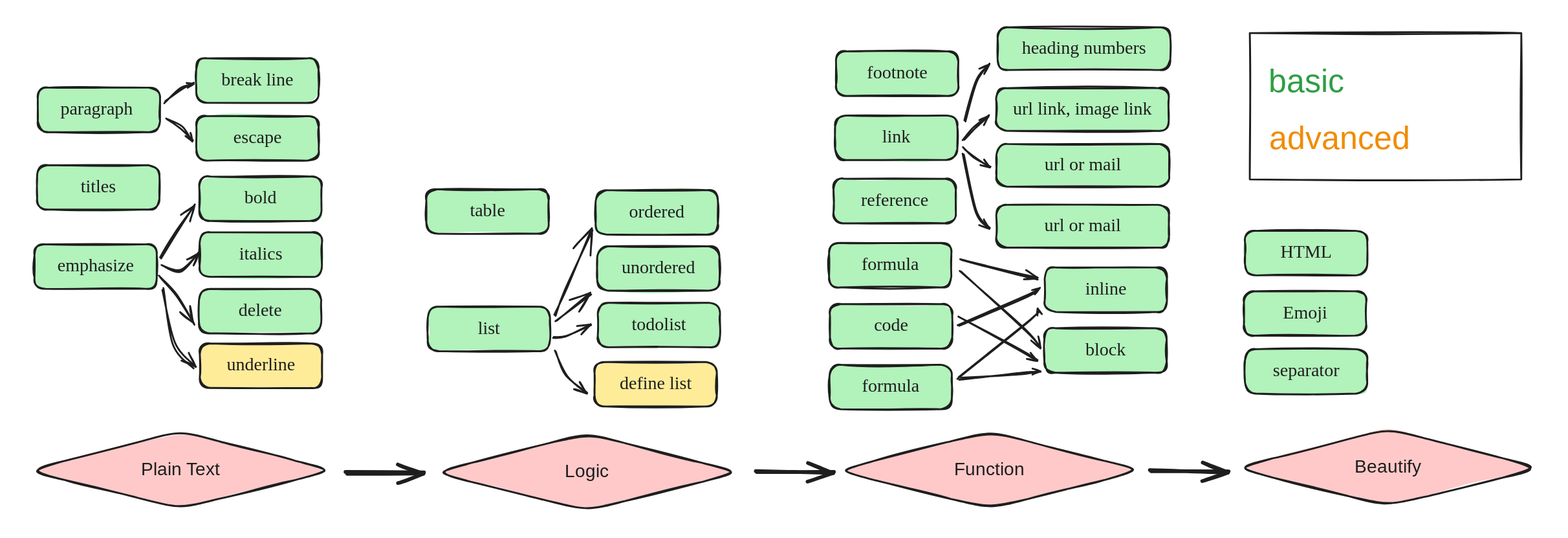
Earlier version of the Excalidraw export .gitbook/assets/md-syntex.excalidraw.svg (CharlesShan-hub/PKM-BOOK). Source tidied: one line per element, renumbered; positions are measured from the earlier drawing's top-left corner, leaving out a move shared by most shapes.
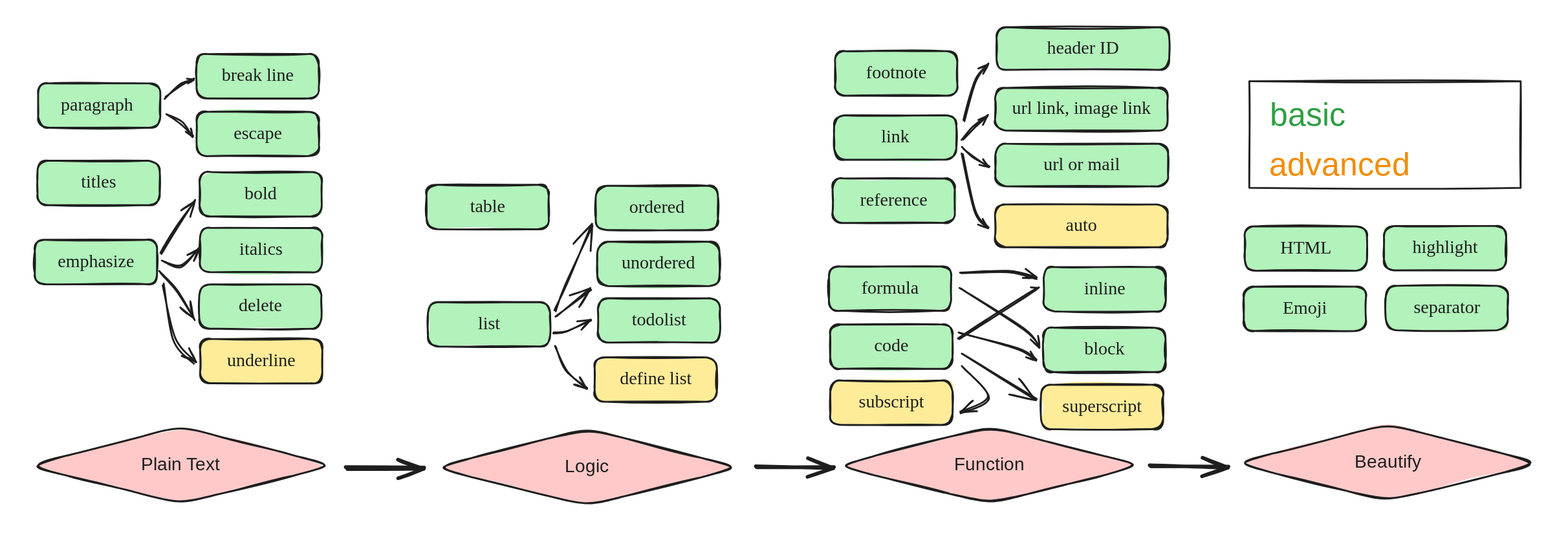
The same file after the commit.

The edit, as a diff of the source:
```diff
@@ -23,31 +23,27 @@
 {"id": 22, "type": "arrow", "strokeColor": "#1e1e1e", "strokeWidth": 2, "roughness": 1, "endArrowhead": "arrow", "round": true, "from": 12, "to": 20, "x": 581, "y": 342, "width": 41, "height": 14, "points": [[0, 0], [14, -1], [41, -14]]}
-{"id": 23, "type": "rectangle", "strokeColor": "#1e1e1e", "backgroundColor": "#b2f2bb", "fillStyle": "solid", "strokeWidth": 2, "roughness": 1, "round": true, "x": 890, "y": 167, "width": 135, "height": 49}
+{"id": 23, "type": "rectangle", "strokeColor": "#1e1e1e", "backgroundColor": "#b2f2bb", "fillStyle": "solid", "strokeWidth": 2, "roughness": 1, "round": true, "x": 889, "y": 172, "width": 135, "height": 49}
-{"id": 24, "type": "text", "text": "reference", "strokeColor": "#1e1e1e", "strokeWidth": 2, "roughness": 1, "fontSize": 20, "fontFamily": 5, "textAlign": "center", "verticalAlign": "middle", "inside": 23, "x": 913, "y": 179, "width": 89, "height": 25}
+{"id": 24, "type": "text", "text": "reference", "strokeColor": "#1e1e1e", "strokeWidth": 2, "roughness": 1, "fontSize": 20, "fontFamily": 5, "textAlign": "center", "verticalAlign": "middle", "inside": 23, "x": 912, "y": 184, "width": 89, "height": 25}
-{"id": 25, "type": "rectangle", "strokeColor": "#1e1e1e", "backgroundColor": "#b2f2bb", "fillStyle": "solid", "strokeWidth": 2, "roughness": 1, "round": true, "x": 886, "y": 305, "width": 135, "height": 49}
+{"id": 25, "type": "rectangle", "strokeColor": "#1e1e1e", "backgroundColor": "#b2f2bb", "fillStyle": "solid", "strokeWidth": 2, "roughness": 1, "round": true, "x": 887, "y": 333, "width": 135, "height": 49}
-{"id": 26, "type": "text", "text": "code", "strokeColor": "#1e1e1e", "strokeWidth": 2, "roughness": 1, "fontSize": 20, "fontFamily": 5, "textAlign": "center", "verticalAlign": "middle", "inside": 25, "x": 931, "y": 317, "width": 45, "height": 25}
+{"id": 26, "type": "text", "text": "code", "strokeColor": "#1e1e1e", "strokeWidth": 2, "roughness": 1, "fontSize": 20, "fontFamily": 5, "textAlign": "center", "verticalAlign": "middle", "inside": 25, "x": 931, "y": 345, "width": 45, "height": 25}
-{"id": 27, "type": "rectangle", "strokeColor": "#1e1e1e", "backgroundColor": "#b2f2bb", "fillStyle": "solid", "strokeWidth": 2, "roughness": 1, "round": true, "x": 892, "y": 97, "width": 135, "height": 49}
+{"id": 27, "type": "rectangle", "strokeColor": "#1e1e1e", "backgroundColor": "#b2f2bb", "fillStyle": "solid", "strokeWidth": 2, "roughness": 1, "round": true, "x": 891, "y": 102, "width": 135, "height": 49}
-{"id": 28, "type": "text", "text": "link", "strokeColor": "#1e1e1e", "strokeWidth": 2, "roughness": 1, "fontSize": 20, "fontFamily": 5, "textAlign": "center", "verticalAlign": "middle", "inside": 27, "x": 944, "y": 109, "width": 32, "height": 25}
+{"id": 28, "type": "text", "text": "link", "strokeColor": "#1e1e1e", "strokeWidth": 2, "roughness": 1, "fontSize": 20, "fontFamily": 5, "textAlign": "center", "verticalAlign": "middle", "inside": 27, "x": 943, "y": 114, "width": 32, "height": 25}
-{"id": 29, "type": "rectangle", "strokeColor": "#1e1e1e", "backgroundColor": "#b2f2bb", "fillStyle": "solid", "strokeWidth": 2, "roughness": 1, "round": true, "x": 1344, "y": 355, "width": 135, "height": 49}
+{"id": 29, "type": "rectangle", "strokeColor": "#1e1e1e", "backgroundColor": "#b2f2bb", "fillStyle": "solid", "strokeWidth": 2, "roughness": 1, "round": true, "x": 1500, "y": 290, "width": 135, "height": 49}
-{"id": 30, "type": "text", "text": "separator", "strokeColor": "#1e1e1e", "strokeWidth": 2, "roughness": 1, "fontSize": 20, "fontFamily": 5, "textAlign": "center", "verticalAlign": "middle", "inside": 29, "x": 1368, "y": 367, "width": 89, "height": 25}
+{"id": 30, "type": "text", "text": "separator", "strokeColor": "#1e1e1e", "strokeWidth": 2, "roughness": 1, "fontSize": 20, "fontFamily": 5, "textAlign": "center", "verticalAlign": "middle", "inside": 29, "x": 1523, "y": 302, "width": 89, "height": 25}
-{"id": 31, "type": "rectangle", "strokeColor": "#1e1e1e", "backgroundColor": "#b2f2bb", "fillStyle": "solid", "strokeWidth": 2, "roughness": 1, "round": true, "x": 886, "y": 372, "width": 135, "height": 49}
-{"id": 32, "type": "text", "text": "formula", "strokeColor": "#1e1e1e", "strokeWidth": 2, "roughness": 1, "fontSize": 20, "fontFamily": 5, "textAlign": "center", "verticalAlign": "middle", "inside": 31, "x": 918, "y": 384, "width": 71, "height": 25}
-{"id": 33, "type": "rectangle", "strokeColor": "#1e1e1e", "backgroundColor": "#b2f2bb", "fillStyle": "solid", "strokeWidth": 2, "roughness": 1, "round": true, "x": 1070, "y": 67, "width": 191, "height": 47}
+{"id": 33, "type": "rectangle", "strokeColor": "#1e1e1e", "backgroundColor": "#b2f2bb", "fillStyle": "solid", "strokeWidth": 2, "roughness": 1, "round": true, "x": 1069, "y": 72, "width": 191, "height": 47}
-{"id": 34, "type": "text", "text": "url link, image link", "strokeColor": "#1e1e1e", "strokeWidth": 2, "roughness": 1, "fontSize": 20, "fontFamily": 5, "textAlign": "center", "verticalAlign": "middle", "inside": 33, "x": 1081, "y": 78, "width": 168, "height": 25}
+{"id": 34, "type": "text", "text": "url link, image link", "strokeColor": "#1e1e1e", "strokeWidth": 2, "roughness": 1, "fontSize": 20, "fontFamily": 5, "textAlign": "center", "verticalAlign": "middle", "inside": 33, "x": 1080, "y": 83, "width": 168, "height": 25}
-{"id": 35, "type": "rectangle", "strokeColor": "#1e1e1e", "backgroundColor": "#b2f2bb", "fillStyle": "solid", "strokeWidth": 2, "roughness": 1, "round": true, "x": 1123, "y": 265, "width": 135, "height": 49}
+{"id": 35, "type": "rectangle", "strokeColor": "#1e1e1e", "backgroundColor": "#b2f2bb", "fillStyle": "solid", "strokeWidth": 2, "roughness": 1, "round": true, "x": 1122, "y": 270, "width": 135, "height": 49}
-{"id": 36, "type": "text", "text": "inline", "strokeColor": "#1e1e1e", "strokeWidth": 2, "roughness": 1, "fontSize": 20, "fontFamily": 5, "textAlign": "center", "verticalAlign": "middle", "inside": 35, "x": 1167, "y": 277, "width": 48, "height": 25}
+{"id": 36, "type": "text", "text": "inline", "strokeColor": "#1e1e1e", "strokeWidth": 2, "roughness": 1, "fontSize": 20, "fontFamily": 5, "textAlign": "center", "verticalAlign": "middle", "inside": 35, "x": 1166, "y": 282, "width": 48, "height": 25}
-{"id": 37, "type": "rectangle", "strokeColor": "#1e1e1e", "backgroundColor": "#b2f2bb", "fillStyle": "solid", "strokeWidth": 2, "roughness": 1, "round": true, "x": 1123, "y": 332, "width": 135, "height": 49}
+{"id": 37, "type": "rectangle", "strokeColor": "#1e1e1e", "backgroundColor": "#b2f2bb", "fillStyle": "solid", "strokeWidth": 2, "roughness": 1, "round": true, "x": 1122, "y": 337, "width": 135, "height": 49}
-{"id": 38, "type": "text", "text": "block", "strokeColor": "#1e1e1e", "strokeWidth": 2, "roughness": 1, "fontSize": 20, "fontFamily": 5, "textAlign": "center", "verticalAlign": "middle", "inside": 37, "x": 1166, "y": 344, "width": 50, "height": 25}
+{"id": 38, "type": "text", "text": "block", "strokeColor": "#1e1e1e", "strokeWidth": 2, "roughness": 1, "fontSize": 20, "fontFamily": 5, "textAlign": "center", "verticalAlign": "middle", "inside": 37, "x": 1165, "y": 349, "width": 50, "height": 25}
-{"id": 39, "type": "arrow", "strokeColor": "#1e1e1e", "strokeWidth": 2, "roughness": 1, "endArrowhead": "arrow", "round": true, "from": 25, "to": 35, "x": 1029, "y": 329, "width": 89, "height": 40, "points": [[0, 0], [75, -32], [89, -40]]}
+{"id": 39, "type": "arrow", "strokeColor": "#1e1e1e", "strokeWidth": 2, "roughness": 1, "endArrowhead": "arrow", "round": true, "from": 25, "to": 35, "x": 1029, "y": 349, "width": 88, "height": 55, "points": [[0, 0], [73, -47], [88, -55]]}
-{"id": 40, "type": "arrow", "strokeColor": "#1e1e1e", "strokeWidth": 2, "roughness": 1, "endArrowhead": "arrow", "round": true, "from": 25, "to": 37, "x": 1029, "y": 319, "width": 86, "height": 49, "points": [[0, 0], [66, 37], [86, 49]]}
+{"id": 40, "type": "arrow", "strokeColor": "#1e1e1e", "strokeWidth": 2, "roughness": 1, "endArrowhead": "arrow", "round": true, "from": 25, "to": 37, "x": 1029, "y": 342, "width": 85, "height": 30, "points": [[0, 0], [65, 18], [85, 30]]}
-{"id": 41, "type": "arrow", "strokeColor": "#1e1e1e", "strokeWidth": 2, "roughness": 1, "endArrowhead": "arrow", "round": true, "from": 31, "to": 35, "x": 1028, "y": 387, "width": 89, "height": 76, "points": [[0, 0], [79, -65], [89, -76]]}
-{"id": 42, "type": "arrow", "strokeColor": "#1e1e1e", "strokeWidth": 2, "roughness": 1, "endArrowhead": "arrow", "round": true, "from": 31, "to": 37, "x": 1029, "y": 387, "width": 88, "height": 7, "points": [[0, 0], [69, -5], [88, -7]]}
-{"id": 43, "type": "arrow", "strokeColor": "#1e1e1e", "strokeWidth": 2, "roughness": 1, "endArrowhead": "arrow", "round": true, "from": 27, "to": 33, "x": 1033, "y": 123, "width": 29, "height": 27, "points": [[0, 0], [13, -12], [29, -27]]}
+{"id": 43, "type": "arrow", "strokeColor": "#1e1e1e", "strokeWidth": 2, "roughness": 1, "endArrowhead": "arrow", "round": true, "from": 27, "to": 33, "x": 1032, "y": 128, "width": 29, "height": 27, "points": [[0, 0], [13, -12], [29, -27]]}
-{"id": 44, "type": "arrow", "strokeColor": "#1e1e1e", "strokeWidth": 2, "roughness": 1, "endArrowhead": "arrow", "round": true, "from": 27, "to": 46, "x": 1034, "y": 133, "width": 29, "height": 22, "points": [[0, 0], [11, 10], [29, 22]]}
+{"id": 44, "type": "arrow", "strokeColor": "#1e1e1e", "strokeWidth": 2, "roughness": 1, "endArrowhead": "arrow", "round": true, "from": 27, "to": 46, "x": 1033, "y": 138, "width": 29, "height": 22, "points": [[0, 0], [11, 10], [29, 22]]}
-{"id": 45, "type": "arrow", "strokeColor": "#1e1e1e", "strokeWidth": 2, "roughness": 1, "endArrowhead": "arrow", "round": true, "from": 27, "to": 48, "x": 1034, "y": 140, "width": 28, "height": 82, "points": [[0, 0], [14, 63], [28, 82]]}
+{"id": 45, "type": "arrow", "strokeColor": "#1e1e1e", "strokeWidth": 2, "roughness": 1, "endArrowhead": "arrow", "round": true, "from": 27, "to": 48, "x": 1033, "y": 145, "width": 28, "height": 82, "points": [[0, 0], [14, 63], [28, 82]]}
-{"id": 46, "type": "rectangle", "strokeColor": "#1e1e1e", "backgroundColor": "#b2f2bb", "fillStyle": "solid", "strokeWidth": 2, "roughness": 1, "round": true, "x": 1070, "y": 129, "width": 191, "height": 47}
+{"id": 46, "type": "rectangle", "strokeColor": "#1e1e1e", "backgroundColor": "#b2f2bb", "fillStyle": "solid", "strokeWidth": 2, "roughness": 1, "round": true, "x": 1069, "y": 133, "width": 191, "height": 47}
-{"id": 47, "type": "text", "text": "url or mail", "strokeColor": "#1e1e1e", "strokeWidth": 2, "roughness": 1, "fontSize": 20, "fontFamily": 5, "textAlign": "center", "verticalAlign": "middle", "inside": 46, "x": 1119, "y": 140, "width": 94, "height": 25}
+{"id": 47, "type": "text", "text": "url or mail", "strokeColor": "#1e1e1e", "strokeWidth": 2, "roughness": 1, "fontSize": 20, "fontFamily": 5, "textAlign": "center", "verticalAlign": "middle", "inside": 46, "x": 1118, "y": 144, "width": 94, "height": 25}
-{"id": 48, "type": "rectangle", "strokeColor": "#1e1e1e", "backgroundColor": "#b2f2bb", "fillStyle": "solid", "strokeWidth": 2, "roughness": 1, "round": true, "x": 1070, "y": 196, "width": 191, "height": 47}
+{"id": 48, "type": "rectangle", "strokeColor": "#1e1e1e", "backgroundColor": "#ffec99", "fillStyle": "solid", "strokeWidth": 2, "roughness": 1, "round": true, "x": 1069, "y": 200, "width": 191, "height": 47}
-{"id": 49, "type": "text", "text": "url or mail", "strokeColor": "#1e1e1e", "strokeWidth": 2, "roughness": 1, "fontSize": 20, "fontFamily": 5, "textAlign": "center", "verticalAlign": "middle", "inside": 48, "x": 1118, "y": 207, "width": 94, "height": 25}
+{"id": 49, "type": "text", "text": "auto", "strokeColor": "#1e1e1e", "strokeWidth": 2, "roughness": 1, "fontSize": 20, "fontFamily": 5, "textAlign": "center", "verticalAlign": "middle", "inside": 48, "x": 1143, "y": 211, "width": 41, "height": 25}
-{"id": 50, "type": "rectangle", "strokeColor": "#1e1e1e", "backgroundColor": "#b2f2bb", "fillStyle": "solid", "strokeWidth": 2, "roughness": 1, "round": true, "x": 885, "y": 238, "width": 135, "height": 49}
+{"id": 50, "type": "rectangle", "strokeColor": "#1e1e1e", "backgroundColor": "#b2f2bb", "fillStyle": "solid", "strokeWidth": 2, "roughness": 1, "round": true, "x": 885, "y": 269, "width": 135, "height": 49}
-{"id": 51, "type": "text", "text": "formula", "strokeColor": "#1e1e1e", "strokeWidth": 2, "roughness": 1, "fontSize": 20, "fontFamily": 5, "textAlign": "center", "verticalAlign": "middle", "inside": 50, "x": 917, "y": 250, "width": 71, "height": 25}
+{"id": 51, "type": "text", "text": "formula", "strokeColor": "#1e1e1e", "strokeWidth": 2, "roughness": 1, "fontSize": 20, "fontFamily": 5, "textAlign": "center", "verticalAlign": "middle", "inside": 50, "x": 917, "y": 281, "width": 71, "height": 25}
 {"id": 52, "type": "diamond", "strokeColor": "#1e1e1e", "backgroundColor": "#ffc9c9", "fillStyle": "solid", "strokeWidth": 2, "roughness": 1, "round": true, "x": 0, "y": 446, "width": 338, "height": 85}
@@ -77,12 +73,12 @@
 {"id": 76, "type": "text", "text": "table", "strokeColor": "#1e1e1e", "strokeWidth": 2, "roughness": 1, "fontSize": 20, "fontFamily": 5, "textAlign": "center", "verticalAlign": "middle", "inside": 75, "x": 485, "y": 191, "width": 46, "height": 25}
-{"id": 77, "type": "text", "text": "basic", "strokeColor": "#2f9e44", "backgroundColor": "#b2f2bb", "fillStyle": "solid", "strokeWidth": 2, "roughness": 1, "fontSize": 36, "fontFamily": 1, "x": 1371, "y": 38, "width": 88, "height": 45}
+{"id": 77, "type": "text", "text": "basic", "strokeColor": "#2f9e44", "backgroundColor": "#b2f2bb", "fillStyle": "solid", "strokeWidth": 2, "roughness": 1, "fontSize": 36, "fontFamily": 1, "x": 1372, "y": 81, "width": 88, "height": 45}
-{"id": 78, "type": "rectangle", "strokeColor": "#1e1e1e", "strokeWidth": 2, "roughness": 1, "x": 1350, "y": 6, "width": 300, "height": 161}
+{"id": 78, "type": "rectangle", "strokeColor": "#1e1e1e", "strokeWidth": 2, "roughness": 1, "x": 1349, "y": 64, "width": 300, "height": 118}
-{"id": 79, "type": "text", "text": "advanced", "strokeColor": "#f08c00", "backgroundColor": "#b2f2bb", "fillStyle": "solid", "strokeWidth": 2, "roughness": 1, "fontSize": 36, "fontFamily": 1, "x": 1371, "y": 101, "width": 162, "height": 45}
+{"id": 79, "type": "text", "text": "advanced", "strokeColor": "#f08c00", "backgroundColor": "#b2f2bb", "fillStyle": "solid", "strokeWidth": 2, "roughness": 1, "fontSize": 36, "fontFamily": 1, "x": 1371, "y": 135, "width": 162, "height": 45}
-{"id": 80, "type": "arrow", "strokeColor": "#1e1e1e", "backgroundColor": "#ffec99", "fillStyle": "solid", "strokeWidth": 2, "roughness": 1, "endArrowhead": "arrow", "round": true, "from": 50, "to": 35, "x": 1031, "y": 256, "width": 83, "height": 22, "points": [[0, 0], [54, 14], [83, 22]]}
+{"id": 80, "type": "arrow", "strokeColor": "#1e1e1e", "backgroundColor": "#ffec99", "fillStyle": "solid", "strokeWidth": 2, "roughness": 1, "endArrowhead": "arrow", "round": true, "from": 50, "to": 35, "x": 1031, "y": 275, "width": 83, "height": 8, "points": [[0, 0], [53, -1], [83, 7]]}
-{"id": 81, "type": "arrow", "strokeColor": "#1e1e1e", "backgroundColor": "#ffec99", "fillStyle": "solid", "strokeWidth": 2, "roughness": 1, "endArrowhead": "arrow", "round": true, "from": 50, "to": 37, "x": 1031, "y": 269, "width": 87, "height": 85, "points": [[0, 0], [70, 65], [87, 85]]}
+{"id": 81, "type": "arrow", "strokeColor": "#1e1e1e", "backgroundColor": "#ffec99", "fillStyle": "solid", "strokeWidth": 2, "roughness": 1, "endArrowhead": "arrow", "round": true, "from": 50, "to": 37, "x": 1031, "y": 292, "width": 86, "height": 66, "points": [[0, 0], [69, 46], [86, 66]]}
-{"id": 82, "type": "rectangle", "strokeColor": "#1e1e1e", "backgroundColor": "#b2f2bb", "fillStyle": "solid", "strokeWidth": 2, "roughness": 1, "round": true, "x": 893, "y": 27, "width": 135, "height": 49}
+{"id": 82, "type": "rectangle", "strokeColor": "#1e1e1e", "backgroundColor": "#b2f2bb", "fillStyle": "solid", "strokeWidth": 2, "roughness": 1, "round": true, "x": 892, "y": 31, "width": 135, "height": 49}
-{"id": 83, "type": "text", "text": "footnote", "strokeColor": "#1e1e1e", "strokeWidth": 2, "roughness": 1, "fontSize": 20, "fontFamily": 5, "textAlign": "center", "verticalAlign": "middle", "inside": 82, "x": 921, "y": 39, "width": 79, "height": 25}
+{"id": 83, "type": "text", "text": "footnote", "strokeColor": "#1e1e1e", "strokeWidth": 2, "roughness": 1, "fontSize": 20, "fontFamily": 5, "textAlign": "center", "verticalAlign": "middle", "inside": 82, "x": 920, "y": 43, "width": 79, "height": 25}
-{"id": 84, "type": "rectangle", "strokeColor": "#1e1e1e", "backgroundColor": "#b2f2bb", "fillStyle": "solid", "strokeWidth": 2, "roughness": 1, "round": true, "x": 1071, "y": 0, "width": 191, "height": 47}
+{"id": 84, "type": "rectangle", "strokeColor": "#1e1e1e", "backgroundColor": "#b2f2bb", "fillStyle": "solid", "strokeWidth": 2, "roughness": 1, "round": true, "x": 1070, "y": 5, "width": 191, "height": 47}
-{"id": 85, "type": "text", "text": "heading numbers", "strokeColor": "#1e1e1e", "strokeWidth": 2, "roughness": 1, "fontSize": 20, "fontFamily": 5, "textAlign": "center", "verticalAlign": "middle", "inside": 84, "x": 1087, "y": 11, "width": 160, "height": 25}
+{"id": 85, "type": "text", "text": "header ID", "strokeColor": "#1e1e1e", "strokeWidth": 2, "roughness": 1, "fontSize": 20, "fontFamily": 5, "textAlign": "center", "verticalAlign": "middle", "inside": 84, "x": 1121, "y": 16, "width": 89, "height": 25}
-{"id": 86, "type": "arrow", "strokeColor": "#1e1e1e", "backgroundColor": "#ffec99", "fillStyle": "solid", "strokeWidth": 2, "roughness": 1, "endArrowhead": "arrow", "round": true, "from": 27, "to": 84, "x": 1035, "y": 104, "width": 26, "height": 64, "points": [[0, 0], [12, -45], [26, -64]]}
+{"id": 86, "type": "arrow", "strokeColor": "#1e1e1e", "backgroundColor": "#ffec99", "fillStyle": "solid", "strokeWidth": 2, "roughness": 1, "endArrowhead": "arrow", "round": true, "from": 27, "to": 84, "x": 1034, "y": 109, "width": 26, "height": 64, "points": [[0, 0], [12, -45], [26, -64]]}
 {"id": 87, "type": "rectangle", "strokeColor": "#1e1e1e", "backgroundColor": "#b2f2bb", "fillStyle": "solid", "strokeWidth": 2, "roughness": 1, "round": true, "x": 1343, "y": 291, "width": 135, "height": 49}
@@ -94,1 +90,9 @@
 {"id": 93, "type": "arrow", "strokeColor": "#1e1e1e", "strokeWidth": 4, "roughness": 1, "endArrowhead": "arrow", "round": true, "from": 56, "to": 58, "x": 1240, "y": 490, "width": 86, "height": 0, "points": [[0, 0], [86, 0]]}
+{"id": 94, "type": "rectangle", "strokeColor": "#1e1e1e", "backgroundColor": "#b2f2bb", "fillStyle": "solid", "strokeWidth": 2, "roughness": 1, "round": true, "x": 1498, "y": 224, "width": 135, "height": 49}
+{"id": 95, "type": "text", "text": "highlight", "strokeColor": "#1e1e1e", "strokeWidth": 2, "roughness": 1, "fontSize": 20, "fontFamily": 5, "textAlign": "center", "verticalAlign": "middle", "inside": 94, "x": 1526, "y": 236, "width": 79, "height": 25}
+{"id": 96, "type": "rectangle", "strokeColor": "#1e1e1e", "backgroundColor": "#ffec99", "fillStyle": "solid", "strokeWidth": 2, "roughness": 1, "round": true, "x": 887, "y": 395, "width": 135, "height": 49}
+{"id": 97, "type": "text", "text": "subscript", "strokeColor": "#1e1e1e", "strokeWidth": 2, "roughness": 1, "fontSize": 20, "fontFamily": 5, "textAlign": "center", "verticalAlign": "middle", "inside": 96, "x": 912, "y": 407, "width": 85, "height": 25}
+{"id": 98, "type": "rectangle", "strokeColor": "#1e1e1e", "backgroundColor": "#ffec99", "fillStyle": "solid", "strokeWidth": 2, "roughness": 1, "round": true, "x": 1119, "y": 400, "width": 135, "height": 49}
+{"id": 99, "type": "text", "text": "superscript", "strokeColor": "#1e1e1e", "strokeWidth": 2, "roughness": 1, "fontSize": 20, "fontFamily": 5, "textAlign": "center", "verticalAlign": "middle", "inside": 98, "x": 1135, "y": 412, "width": 104, "height": 25}
+{"id": 100, "type": "arrow", "strokeColor": "#1e1e1e", "backgroundColor": "#ffec99", "fillStyle": "solid", "strokeWidth": 2, "roughness": 1, "endArrowhead": "arrow", "round": true, "from": 25, "to": 98, "x": 1033, "y": 365, "width": 82, "height": 51, "points": [[0, 0], [82, 51]]}
+{"id": 101, "type": "arrow", "strokeColor": "#1e1e1e", "backgroundColor": "#ffec99", "fillStyle": "solid", "strokeWidth": 2, "roughness": 1, "endArrowhead": "arrow", "round": true, "from": 96, "to": 96, "x": 1032, "y": 380, "width": 33, "height": 50, "points": [[0, 0], [30, 34], [-3, 50]]}
```
